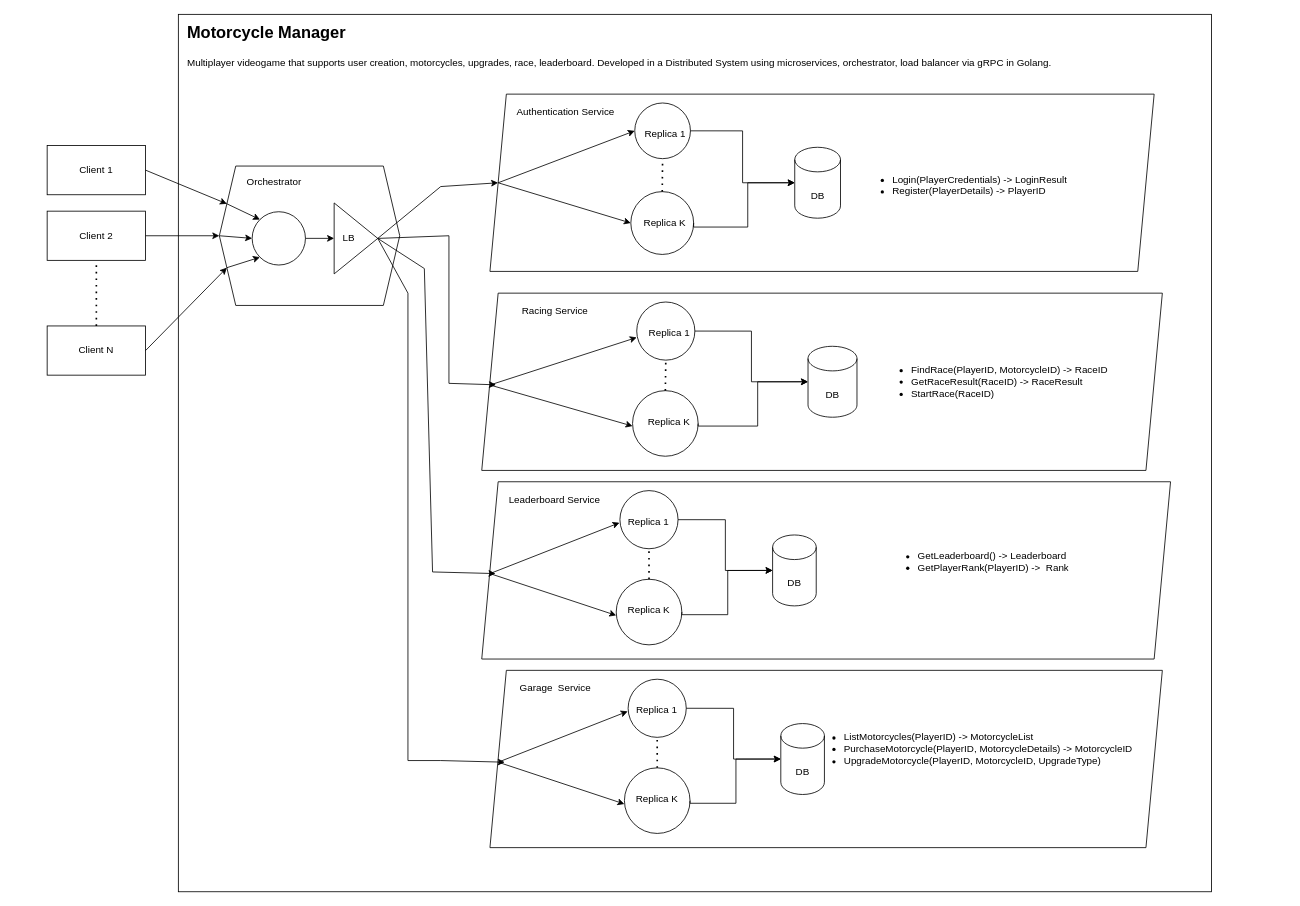
This is architecture.drawio from LBartolini/ProgettoDP, a draw.io file, before an edit. Source tidied: cells renumbered, new cells numbered last; positions are measured from the earlier drawing's top-left corner, leaving out a move shared by most shapes. Both pictures are drawn from the tidied source at 82%, with x=0, y=0 at pixel (47, 14).
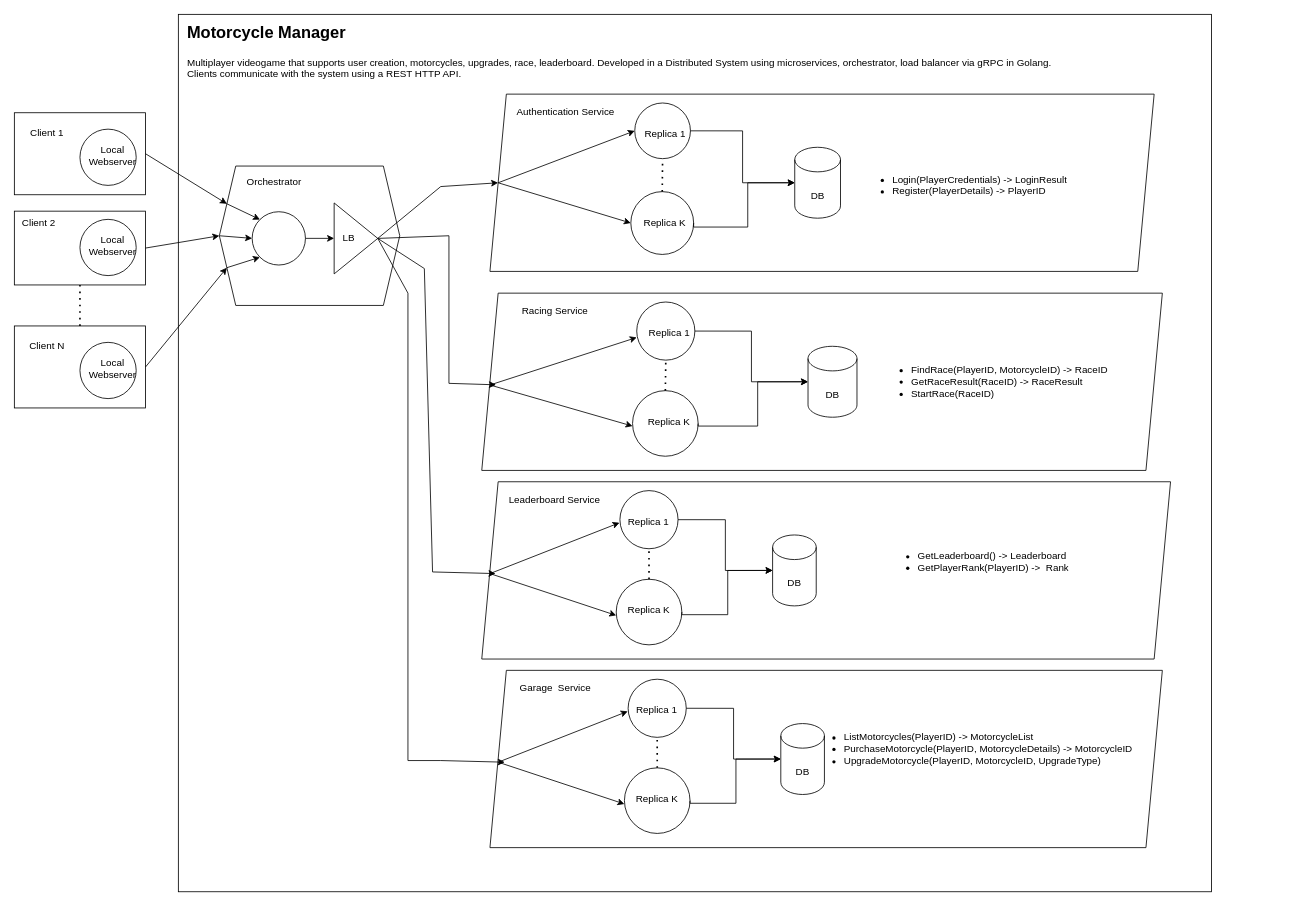
The same diagram, later.

Commit message (it also covers changes not shown here):
Changed Architecture: local webserver for clients, REST API for cliente-orchestrator communication

The change refers to these unchanged cells:
```xml
<mxCell id="2" style="group;" parent="1" vertex="1">
  <mxGeometry x="160" width="1350" height="1070" as="geometry" />
</mxCell>
```

What changed in the source:
```diff
@@
-    <mxCell id="4" value="&lt;h1 style=&quot;margin-top: 0px;&quot;&gt;&lt;font style=&quot;font-size: 20px;&quot;&gt;Motorcycle Manager&lt;/font&gt;&lt;/h1&gt;&lt;div&gt;Multiplayer videogame that supports user creation, motorcycles, upgrades, race, leaderboard. Developed in a Distributed System using microservices, orchestrator, load balancer via gRPC in Golang. &lt;br&gt;&lt;/div&gt;" style="text;html=1;whiteSpace=wrap;overflow=hidden;rounded=0;" parent="2" vertex="1">
-      <mxGeometry x="9.3" width="1061.4" height="75.7" as="geometry" />
+    <mxCell id="4" value="&lt;h1 style=&quot;margin-top: 0px;&quot;&gt;&lt;font style=&quot;font-size: 20px;&quot;&gt;Motorcycle Manager&lt;/font&gt;&lt;/h1&gt;&lt;div&gt;Multiplayer videogame that supports user creation, motorcycles, upgrades, race, leaderboard. Developed in a Distributed System using microservices, orchestrator, load balancer via gRPC in Golang. &lt;br&gt;&lt;/div&gt;&lt;div&gt;Clients communicate with the system using a REST HTTP API.&amp;nbsp;&lt;/div&gt;" style="text;html=1;whiteSpace=wrap;overflow=hidden;rounded=0;" parent="2" vertex="1">
+      <mxGeometry x="9.3" width="1061.4" height="90" as="geometry" />
     </mxCell>
@@
     <mxCell id="85" style="group;" parent="1" vertex="1">
-      <mxGeometry y="160" width="120" height="60" as="geometry" />
+      <mxGeometry x="-40" y="120" width="160" height="100" as="geometry" />
     </mxCell>
     <mxCell id="86" style="rounded=0;whiteSpace=wrap;html=1;" parent="85" vertex="1">
-      <mxGeometry width="120" height="60" as="geometry" />
+      <mxGeometry width="160" height="100" as="geometry" />
     </mxCell>
     <mxCell id="87" value="Client 1" style="text;html=1;align=center;verticalAlign=middle;whiteSpace=wrap;rounded=0;" parent="85" vertex="1">
-      <mxGeometry x="30" y="15" width="60" height="30" as="geometry" />
+      <mxGeometry width="80" height="50" as="geometry" />
     </mxCell>
+    <mxCell id="104" style="group;" parent="85" vertex="1">
+      <mxGeometry x="80" y="20" width="80" height="70" as="geometry" />
+    </mxCell>
+    <mxCell id="105" style="ellipse;whiteSpace=wrap;html=1;" parent="104" vertex="1">
+      <mxGeometry width="68.6" height="68.6" as="geometry" />
+    </mxCell>
+    <mxCell id="106" value="Local Webserver" style="text;html=1;align=center;verticalAlign=middle;whiteSpace=wrap;rounded=0;" parent="104" vertex="1">
+      <mxGeometry x="10" y="21.8" width="60" height="20.4" as="geometry" />
+    </mxCell>
     <mxCell id="88" style="group;" parent="1" vertex="1">
-      <mxGeometry y="240" width="120" height="60" as="geometry" />
+      <mxGeometry y="240" width="130" height="90" as="geometry" />
     </mxCell>
     <mxCell id="89" style="rounded=0;whiteSpace=wrap;html=1;" parent="88" vertex="1">
-      <mxGeometry width="120" height="60" as="geometry" />
+      <mxGeometry x="-40" width="160" height="90" as="geometry" />
     </mxCell>
-    <mxCell id="90" value="Client 2" style="text;html=1;align=center;verticalAlign=middle;whiteSpace=wrap;rounded=0;" parent="88" vertex="1">
-      <mxGeometry x="30" y="15" width="60" height="30" as="geometry" />
-    </mxCell>
+    <mxCell id="107" style="group;" parent="88" vertex="1">
+      <mxGeometry x="40" y="10" width="80" height="70" as="geometry" />
+    </mxCell>
+    <mxCell id="108" style="ellipse;whiteSpace=wrap;html=1;" parent="107" vertex="1">
+      <mxGeometry width="68.6" height="68.6" as="geometry" />
+    </mxCell>
+    <mxCell id="109" value="Local Webserver" style="text;html=1;align=center;verticalAlign=middle;whiteSpace=wrap;rounded=0;" parent="107" vertex="1">
+      <mxGeometry x="10" y="21.8" width="60" height="20.4" as="geometry" />
+    </mxCell>
     <mxCell id="91" style="group;" parent="1" vertex="1">
-      <mxGeometry y="380" width="120" height="60" as="geometry" />
+      <mxGeometry x="-40" y="380" width="160" height="100" as="geometry" />
     </mxCell>
     <mxCell id="92" style="rounded=0;whiteSpace=wrap;html=1;" parent="91" vertex="1">
-      <mxGeometry width="120" height="60" as="geometry" />
+      <mxGeometry width="160" height="100" as="geometry" />
     </mxCell>
     <mxCell id="93" value="Client N" style="text;html=1;align=center;verticalAlign=middle;whiteSpace=wrap;rounded=0;" parent="91" vertex="1">
-      <mxGeometry x="30" y="15" width="60" height="30" as="geometry" />
+      <mxGeometry width="80" height="50" as="geometry" />
     </mxCell>
+    <mxCell id="110" style="group;" parent="91" vertex="1">
+      <mxGeometry x="80" y="20" width="80" height="70" as="geometry" />
+    </mxCell>
+    <mxCell id="111" style="ellipse;whiteSpace=wrap;html=1;" parent="110" vertex="1">
+      <mxGeometry width="68.6" height="68.6" as="geometry" />
+    </mxCell>
+    <mxCell id="112" value="Local Webserver" style="text;html=1;align=center;verticalAlign=middle;whiteSpace=wrap;rounded=0;" parent="110" vertex="1">
+      <mxGeometry x="10" y="21.8" width="60" height="20.4" as="geometry" />
+    </mxCell>
@@
+    <mxCell id="90" value="Client 2" style="text;html=1;align=center;verticalAlign=middle;whiteSpace=wrap;rounded=0;" parent="1" vertex="1">
+      <mxGeometry x="-40" y="240" width="60" height="30" as="geometry" />
+    </mxCell>
```
